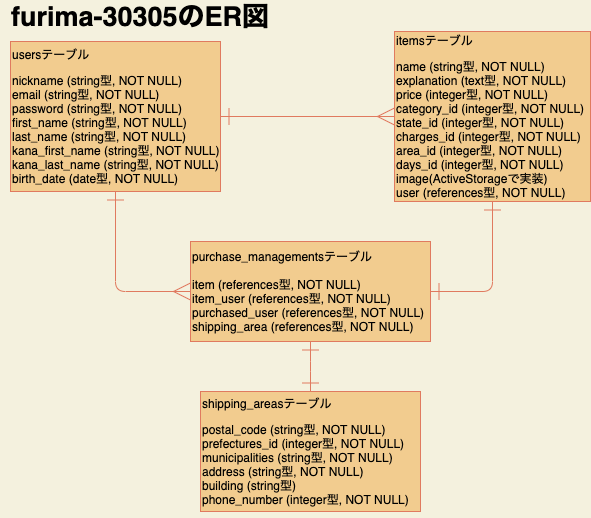
Earlier version of the draw.io export test.png (marmite334/furima-30305). Source tidied: cells renumbered, new cells last; positions are measured from the earlier drawing's top-left corner, leaving out a move shared by most shapes.
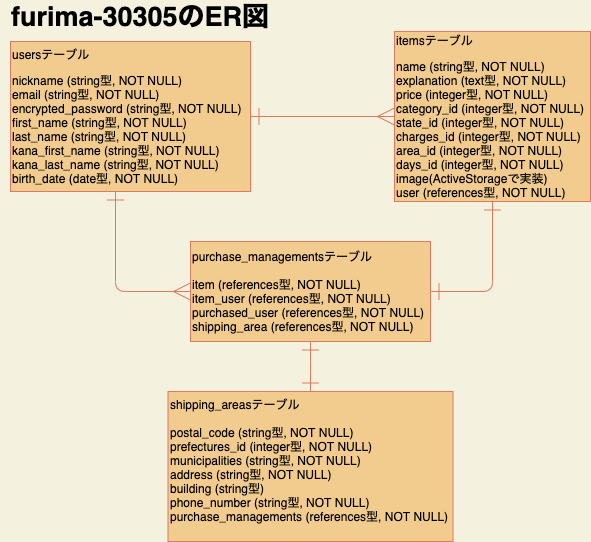
Later version of the same file.

Change to the diagram source:
```diff
@@ -5,8 +5,9 @@
     <mxCell id="2" value="&lt;b&gt;&lt;font style=&quot;font-size: 27px&quot;&gt;furima-30305のER図&lt;/font&gt;&lt;/b&gt;" style="text;html=1;strokeColor=none;fillColor=none;align=center;verticalAlign=middle;whiteSpace=wrap;rounded=0;fontColor=#000000;" parent="1" vertex="1">
       <mxGeometry width="280" height="30" as="geometry" />
     </mxCell>
-    <mxCell id="3" style="edgeStyle=orthogonalEdgeStyle;rounded=1;jettySize=auto;html=1;entryX=0;entryY=0.5;entryDx=0;entryDy=0;strokeColor=#E07A5F;fillColor=#F2CC8F;fontColor=#393C56;endArrow=ERmany;endFill=0;startArrow=ERone;startFill=0;endSize=15;startSize=15;exitX=0.5;exitY=1;exitDx=0;exitDy=0;" parent="1" edge="1" source="5" target="10">
+    <mxCell id="3" style="edgeStyle=orthogonalEdgeStyle;rounded=1;jettySize=auto;html=1;entryX=0;entryY=0.5;entryDx=0;entryDy=0;strokeColor=#E07A5F;fillColor=#F2CC8F;fontColor=#393C56;endArrow=ERmany;endFill=0;startArrow=ERone;startFill=0;endSize=15;startSize=15;" parent="1" edge="1" target="10">
       <mxGeometry relative="1" as="geometry">
+        <mxPoint x="115" y="190" as="sourcePoint" />
         <Array as="points">
           <mxPoint x="115" y="290" />
         </Array>
@@ -15,8 +16,8 @@
     <mxCell id="4" style="edgeStyle=orthogonalEdgeStyle;rounded=1;jettySize=auto;html=1;entryX=0;entryY=0.5;entryDx=0;entryDy=0;startArrow=ERone;startFill=0;startSize=15;endArrow=ERmany;endFill=0;endSize=15;strokeColor=#E07A5F;fillColor=#F2CC8F;fontColor=#393C56;" parent="1" edge="1" source="5" target="7">
       <mxGeometry relative="1" as="geometry" />
     </mxCell>
-    <mxCell id="5" value="&lt;pre&gt;&lt;span style=&quot;color: rgb(0 , 0 , 0)&quot;&gt;&lt;font face=&quot;Helvetica&quot;&gt;usersテーブル&lt;/font&gt;&lt;/span&gt;&lt;/pre&gt;&lt;pre&gt;&lt;font face=&quot;Helvetica&quot;&gt;&lt;span style=&quot;color: rgb(0 , 0 , 0)&quot;&gt;nickname (string型, NOT NULL)&lt;br&gt;&lt;/span&gt;&lt;span style=&quot;color: rgb(0 , 0 , 0)&quot;&gt;email&amp;nbsp;(string型, NOT NULL)&lt;br&gt;&lt;/span&gt;&lt;span style=&quot;color: rgb(0 , 0 , 0)&quot;&gt;password&amp;nbsp;(string型, NOT NULL)&lt;br&gt;&lt;/span&gt;&lt;span style=&quot;color: rgb(0 , 0 , 0)&quot;&gt;first_name (string型, NOT NULL)&lt;br&gt;&lt;/span&gt;&lt;span style=&quot;color: rgb(0 , 0 , 0)&quot;&gt;last_name (string型, NOT NULL)&lt;br&gt;&lt;/span&gt;&lt;span style=&quot;color: rgb(0 , 0 , 0)&quot;&gt;kana_first_name (string型, NOT NULL)&lt;br&gt;&lt;/span&gt;&lt;span style=&quot;color: rgb(0 , 0 , 0)&quot;&gt;kana_last_name (string型, NOT NULL)&lt;br&gt;&lt;/span&gt;&lt;span style=&quot;color: rgb(0 , 0 , 0)&quot;&gt;birth_date (date型, NOT NULL)&lt;/span&gt;&lt;/font&gt;&lt;br&gt;&lt;/pre&gt;&lt;blockquote style=&quot;border: none ; margin: 0px 0px 0px 40px ; padding: 0px&quot;&gt;&lt;/blockquote&gt;&lt;blockquote style=&quot;border: none ; margin: 0px 0px 0px 40px ; padding: 0px&quot;&gt;&lt;/blockquote&gt;&lt;blockquote style=&quot;border: none ; margin: 0px 0px 0px 40px ; padding: 0px&quot;&gt;&lt;/blockquote&gt;&lt;blockquote style=&quot;border: none ; margin: 0px 0px 0px 40px ; padding: 0px&quot;&gt;&lt;/blockquote&gt;" style="rounded=0;whiteSpace=wrap;html=1;align=left;fillColor=#F2CC8F;strokeColor=#E07A5F;fontColor=#393C56;" parent="1" vertex="1">
-      <mxGeometry x="10" y="40" width="210" height="150" as="geometry" />
+    <mxCell id="5" value="&lt;pre&gt;&lt;span style=&quot;color: rgb(0 , 0 , 0)&quot;&gt;&lt;font face=&quot;Helvetica&quot;&gt;usersテーブル&lt;/font&gt;&lt;/span&gt;&lt;/pre&gt;&lt;pre&gt;&lt;font face=&quot;Helvetica&quot;&gt;&lt;span style=&quot;color: rgb(0 , 0 , 0)&quot;&gt;nickname (string型, NOT NULL)&lt;br&gt;&lt;/span&gt;&lt;span style=&quot;color: rgb(0 , 0 , 0)&quot;&gt;email&amp;nbsp;(string型, NOT NULL)&lt;br&gt;&lt;/span&gt;&lt;/font&gt;&lt;font color=&quot;#000000&quot; face=&quot;Helvetica&quot;&gt;encrypted_password&lt;/font&gt;&lt;font face=&quot;Helvetica&quot;&gt;&lt;span style=&quot;color: rgb(0 , 0 , 0)&quot;&gt;&amp;nbsp;(string型, NOT NULL)&lt;br&gt;&lt;/span&gt;&lt;span style=&quot;color: rgb(0 , 0 , 0)&quot;&gt;first_name (string型, NOT NULL)&lt;br&gt;&lt;/span&gt;&lt;span style=&quot;color: rgb(0 , 0 , 0)&quot;&gt;last_name (string型, NOT NULL)&lt;br&gt;&lt;/span&gt;&lt;span style=&quot;color: rgb(0 , 0 , 0)&quot;&gt;kana_first_name (string型, NOT NULL)&lt;br&gt;&lt;/span&gt;&lt;span style=&quot;color: rgb(0 , 0 , 0)&quot;&gt;kana_last_name (string型, NOT NULL)&lt;br&gt;&lt;/span&gt;&lt;span style=&quot;color: rgb(0 , 0 , 0)&quot;&gt;birth_date (date型, NOT NULL)&lt;/span&gt;&lt;/font&gt;&lt;br&gt;&lt;/pre&gt;&lt;blockquote style=&quot;border: none ; margin: 0px 0px 0px 40px ; padding: 0px&quot;&gt;&lt;/blockquote&gt;&lt;blockquote style=&quot;border: none ; margin: 0px 0px 0px 40px ; padding: 0px&quot;&gt;&lt;/blockquote&gt;&lt;blockquote style=&quot;border: none ; margin: 0px 0px 0px 40px ; padding: 0px&quot;&gt;&lt;/blockquote&gt;&lt;blockquote style=&quot;border: none ; margin: 0px 0px 0px 40px ; padding: 0px&quot;&gt;&lt;/blockquote&gt;" style="rounded=0;whiteSpace=wrap;html=1;align=left;fillColor=#F2CC8F;strokeColor=#E07A5F;fontColor=#393C56;" parent="1" vertex="1">
+      <mxGeometry x="10" y="40" width="240" height="150" as="geometry" />
     </mxCell>
     <mxCell id="6" style="edgeStyle=orthogonalEdgeStyle;rounded=1;jettySize=auto;html=1;exitX=0.5;exitY=1;exitDx=0;exitDy=0;entryX=1;entryY=0.5;entryDx=0;entryDy=0;startArrow=ERone;startFill=0;startSize=15;endArrow=ERone;endFill=0;endSize=15;strokeColor=#E07A5F;fillColor=#F2CC8F;fontColor=#393C56;" parent="1" edge="1" source="7" target="10">
       <mxGeometry relative="1" as="geometry">
@@ -28,8 +29,8 @@
     <mxCell id="7" value="&lt;pre&gt;&lt;span style=&quot;color: rgb(0 , 0 , 0)&quot;&gt;&lt;font face=&quot;Helvetica&quot;&gt;itemsテーブル&lt;/font&gt;&lt;/span&gt;&lt;/pre&gt;&lt;pre&gt;&lt;font face=&quot;Helvetica&quot;&gt;&lt;span style=&quot;color: rgb(0 , 0 , 0)&quot;&gt;name (string型, NOT NULL)&lt;br&gt;&lt;/span&gt;&lt;span style=&quot;color: rgb(0 , 0 , 0)&quot;&gt;explanation (text型, NOT NULL)&lt;br&gt;&lt;/span&gt;&lt;span style=&quot;color: rgb(0 , 0 , 0)&quot;&gt;price (integer型, NOT NULL)&lt;br&gt;&lt;/span&gt;&lt;span style=&quot;color: rgb(0 , 0 , 0)&quot;&gt;category_id (integer型, NOT NULL)&lt;br&gt;&lt;/span&gt;&lt;span style=&quot;color: rgb(0 , 0 , 0)&quot;&gt;state_id (integer型, NOT NULL)&lt;br&gt;&lt;/span&gt;&lt;span style=&quot;color: rgb(0 , 0 , 0)&quot;&gt;charges_id (integer型, NOT NULL)&lt;br&gt;&lt;/span&gt;&lt;span style=&quot;color: rgb(0 , 0 , 0)&quot;&gt;area_id (integer型, NOT NULL)&lt;br&gt;&lt;/span&gt;&lt;span style=&quot;color: rgb(0 , 0 , 0)&quot;&gt;days_id (integer型, NOT NULL)&lt;br&gt;&lt;/span&gt;&lt;span style=&quot;color: rgb(0 , 0 , 0)&quot;&gt;image(ActiveStorageで実装&lt;/span&gt;&lt;span style=&quot;color: rgb(0 , 0 , 0)&quot;&gt;)&lt;br&gt;&lt;/span&gt;&lt;font color=&quot;#000000&quot;&gt;user (references型, NOT NULL)&lt;/font&gt;&lt;/font&gt;&lt;/pre&gt;&lt;p style=&quot;line-height: 18px&quot;&gt;&lt;/p&gt;&lt;p&gt;&lt;/p&gt;" style="rounded=0;whiteSpace=wrap;html=1;align=left;fillColor=#F2CC8F;strokeColor=#E07A5F;fontColor=#393C56;" parent="1" vertex="1">
       <mxGeometry x="394" y="30" width="196" height="170" as="geometry" />
     </mxCell>
-    <mxCell id="8" value="&lt;pre&gt;&lt;span style=&quot;color: rgb(0 , 0 , 0)&quot;&gt;&lt;font face=&quot;Helvetica&quot;&gt;shipping_areasテーブル&lt;/font&gt;&lt;/span&gt;&lt;/pre&gt;&lt;pre&gt;&lt;font face=&quot;Helvetica&quot;&gt;&lt;span style=&quot;color: rgb(0 , 0 , 0)&quot;&gt;postal_code (string型, NOT NULL)&lt;br&gt;&lt;/span&gt;&lt;span style=&quot;color: rgb(0 , 0 , 0)&quot;&gt;prefectures_id (&lt;/span&gt;&lt;span style=&quot;color: rgb(0 , 0 , 0)&quot;&gt;integer型, NOT NULL)&lt;br&gt;&lt;/span&gt;&lt;span style=&quot;color: rgb(0 , 0 , 0)&quot;&gt;municipalities (string型, NOT NULL)&lt;br&gt;&lt;/span&gt;&lt;span style=&quot;color: rgb(0 , 0 , 0)&quot;&gt;address (string型, NOT NULL)&lt;br&gt;&lt;/span&gt;&lt;span style=&quot;color: rgb(0 , 0 , 0)&quot;&gt;building (string型)&lt;br&gt;&lt;/span&gt;&lt;span style=&quot;color: rgb(0 , 0 , 0)&quot;&gt;phone_number (integer型, NOT NULL)&lt;/span&gt;&lt;br&gt;&lt;/font&gt;&lt;/pre&gt;&lt;div style=&quot;font-weight: normal ; font-size: 12px ; line-height: 18px&quot;&gt;&lt;p&gt;&lt;/p&gt;&lt;p&gt;&lt;/p&gt;&lt;/div&gt;" style="rounded=0;whiteSpace=wrap;html=1;align=left;fillColor=#F2CC8F;strokeColor=#E07A5F;fontColor=#393C56;" parent="1" vertex="1">
-      <mxGeometry x="200" y="390" width="220" height="120" as="geometry" />
+    <mxCell id="8" value="&lt;span style=&quot;color: rgb(0 , 0 , 0)&quot;&gt;shipping_areasテーブル&lt;br&gt;&lt;/span&gt;&lt;br&gt;&lt;span style=&quot;color: rgb(0 , 0 , 0)&quot;&gt;postal_code (string型, NOT NULL)&lt;/span&gt;&lt;br&gt;&lt;span style=&quot;color: rgb(0 , 0 , 0)&quot;&gt;prefectures_id (integer型, NOT NULL)&lt;/span&gt;&lt;br&gt;&lt;span style=&quot;color: rgb(0 , 0 , 0)&quot;&gt;municipalities (string型, NOT NULL)&lt;/span&gt;&lt;br&gt;&lt;span style=&quot;color: rgb(0 , 0 , 0)&quot;&gt;address (string型, NOT NULL)&lt;/span&gt;&lt;br&gt;&lt;span style=&quot;color: rgb(0 , 0 , 0)&quot;&gt;building (string型)&lt;/span&gt;&lt;br&gt;&lt;font face=&quot;Helvetica&quot; style=&quot;color: rgb(0 , 0 , 0)&quot;&gt;phone_number (&lt;/font&gt;&lt;font face=&quot;Helvetica&quot; style=&quot;color: rgb(0 , 0 , 0)&quot;&gt;string型, NOT NULL)&lt;/font&gt;&lt;br&gt;&lt;font color=&quot;#000000&quot;&gt;purchase_managements&lt;span&gt;&amp;nbsp;(references型, NOT NULL)&lt;/span&gt;&lt;/font&gt;&lt;div style=&quot;font-weight: normal ; font-size: 12px ; line-height: 18px&quot;&gt;&lt;p&gt;&lt;/p&gt;&lt;p&gt;&lt;/p&gt;&lt;/div&gt;" style="rounded=0;whiteSpace=wrap;html=1;align=left;fillColor=#F2CC8F;strokeColor=#E07A5F;fontColor=#393C56;" parent="1" vertex="1">
+      <mxGeometry x="167.5" y="390" width="285" height="150" as="geometry" />
     </mxCell>
     <mxCell id="9" style="edgeStyle=orthogonalEdgeStyle;rounded=1;jettySize=auto;html=1;exitX=0.5;exitY=1;exitDx=0;exitDy=0;startArrow=ERone;startFill=0;startSize=15;endArrow=ERone;endFill=0;endSize=15;strokeColor=#E07A5F;fillColor=#F2CC8F;fontColor=#393C56;" parent="1" edge="1" source="10" target="8">
       <mxGeometry relative="1" as="geometry" />
```
